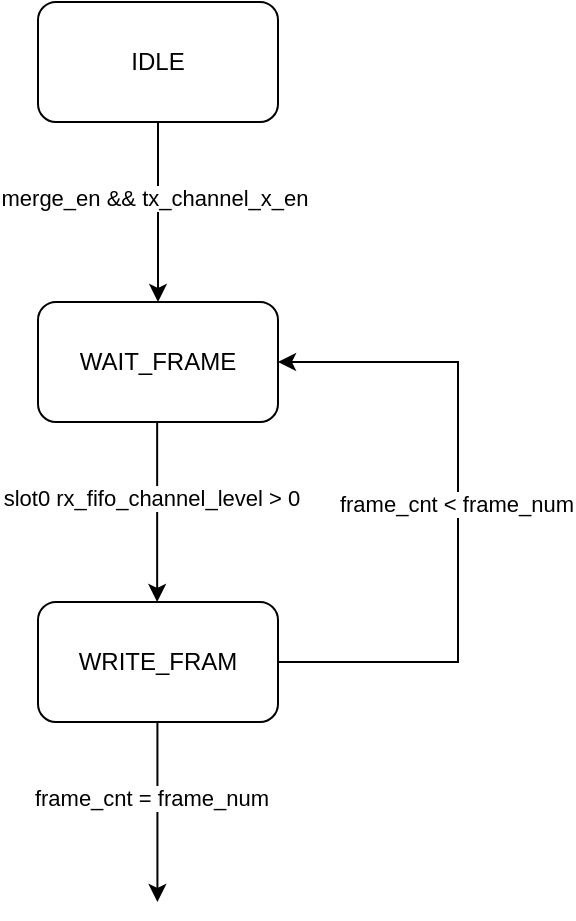
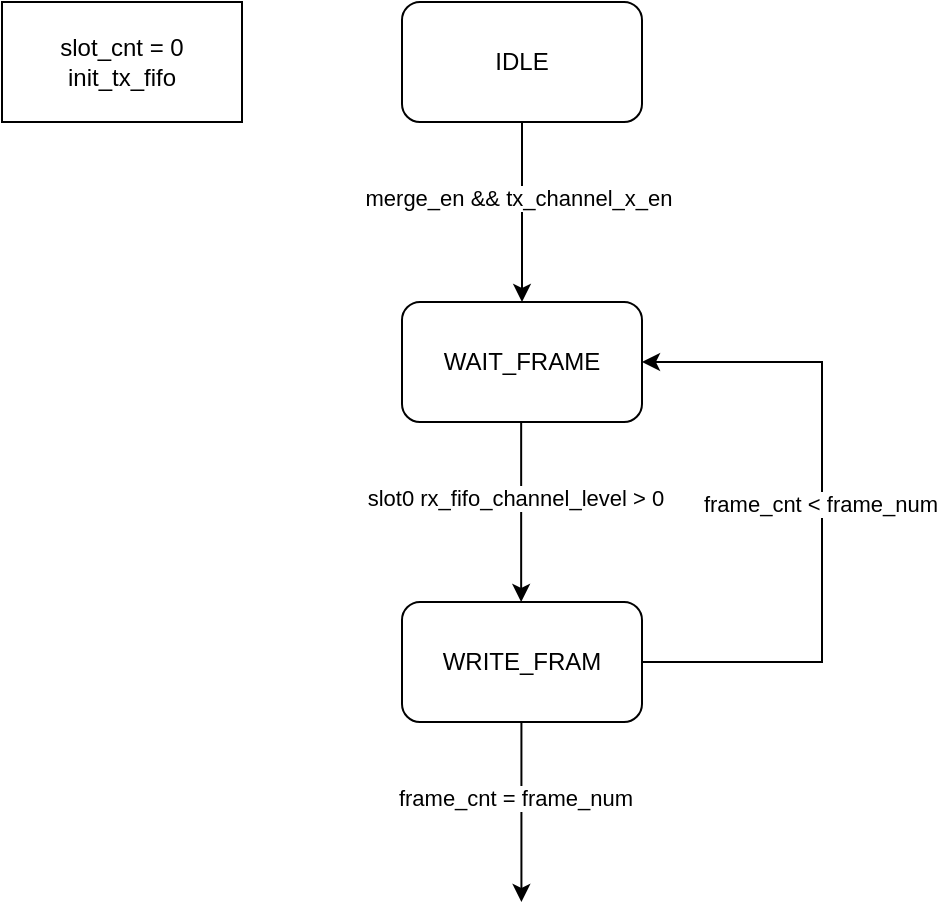
<mxfile host="app.diagrams.net">
  <diagram name="第 1 页" id="XjHAFqP7SQ1ti1ibUdli">
    <mxGraphModel dx="595" dy="336" grid="1" gridSize="10" guides="1" tooltips="1" connect="1" arrows="1" fold="1" page="1" pageScale="1" pageWidth="827" pageHeight="1169" math="0" shadow="0">
      <root>
        <mxCell id="0" />
        <mxCell id="1" parent="0" />
        <mxCell id="F9P4_Q8i71CQrRzi8wBo-1" parent="1" style="rounded=1;whiteSpace=wrap;html=1;" value="IDLE" vertex="1">
          <mxGeometry height="60" width="120" x="330" y="60" as="geometry" />
        </mxCell>
        <mxCell id="F9P4_Q8i71CQrRzi8wBo-2" edge="1" parent="1" source="F9P4_Q8i71CQrRzi8wBo-1" style="endArrow=classic;html=1;rounded=0;exitX=0.5;exitY=1;exitDx=0;exitDy=0;" value="">
          <mxGeometry height="50" relative="1" width="50" as="geometry">
            <mxPoint x="400" y="240" as="sourcePoint" />
            <mxPoint x="390" y="210" as="targetPoint" />
          </mxGeometry>
        </mxCell>
        <mxCell id="F9P4_Q8i71CQrRzi8wBo-3" connectable="0" parent="F9P4_Q8i71CQrRzi8wBo-2" style="edgeLabel;html=1;align=center;verticalAlign=middle;resizable=0;points=[];" value="merge_en &amp;amp;&amp;amp; tx_channel_x_en" vertex="1">
          <mxGeometry relative="1" x="-0.163" y="-2" as="geometry">
            <mxPoint as="offset" />
          </mxGeometry>
        </mxCell>
        <mxCell id="F9P4_Q8i71CQrRzi8wBo-4" parent="1" style="rounded=1;whiteSpace=wrap;html=1;" value="WAIT_FRAME" vertex="1">
          <mxGeometry height="60" width="120" x="330" y="210" as="geometry" />
        </mxCell>
        <mxCell id="F9P4_Q8i71CQrRzi8wBo-5" edge="1" parent="1" style="endArrow=classic;html=1;rounded=0;exitX=0.5;exitY=1;exitDx=0;exitDy=0;" value="">
          <mxGeometry height="50" relative="1" width="50" as="geometry">
            <mxPoint x="389.58" y="270" as="sourcePoint" />
            <mxPoint x="389.58" y="360" as="targetPoint" />
          </mxGeometry>
        </mxCell>
        <mxCell id="F9P4_Q8i71CQrRzi8wBo-6" connectable="0" parent="F9P4_Q8i71CQrRzi8wBo-5" style="edgeLabel;html=1;align=center;verticalAlign=middle;resizable=0;points=[];" value="slot0 rx_fifo_channel_level &amp;gt; 0&amp;nbsp;" vertex="1">
          <mxGeometry relative="1" x="-0.163" y="-2" as="geometry">
            <mxPoint as="offset" />
          </mxGeometry>
        </mxCell>
        <mxCell id="F9P4_Q8i71CQrRzi8wBo-7" parent="1" style="rounded=1;whiteSpace=wrap;html=1;" value="WRITE_FRAM" vertex="1">
          <mxGeometry height="60" width="120" x="330" y="360" as="geometry" />
        </mxCell>
        <mxCell id="F9P4_Q8i71CQrRzi8wBo-8" edge="1" parent="1" source="F9P4_Q8i71CQrRzi8wBo-7" style="endArrow=classic;html=1;rounded=0;exitX=1;exitY=0.5;exitDx=0;exitDy=0;entryX=1;entryY=0.5;entryDx=0;entryDy=0;edgeStyle=orthogonalEdgeStyle;" target="F9P4_Q8i71CQrRzi8wBo-4" value="">
          <mxGeometry height="50" relative="1" width="50" as="geometry">
            <Array as="points">
              <mxPoint x="540" y="390" />
              <mxPoint x="540" y="240" />
            </Array>
            <mxPoint x="490" y="400" as="sourcePoint" />
            <mxPoint x="540" y="350" as="targetPoint" />
          </mxGeometry>
        </mxCell>
        <mxCell id="F9P4_Q8i71CQrRzi8wBo-9" connectable="0" parent="F9P4_Q8i71CQrRzi8wBo-8" style="edgeLabel;html=1;align=center;verticalAlign=middle;resizable=0;points=[];" value="frame_cnt &amp;lt; frame_num" vertex="1">
          <mxGeometry relative="1" x="0.0261" y="1" as="geometry">
            <mxPoint as="offset" />
          </mxGeometry>
        </mxCell>
        <mxCell id="F9P4_Q8i71CQrRzi8wBo-10" edge="1" parent="1" style="endArrow=classic;html=1;rounded=0;exitX=0.5;exitY=1;exitDx=0;exitDy=0;" value="">
          <mxGeometry height="50" relative="1" width="50" as="geometry">
            <mxPoint x="389.71" y="420" as="sourcePoint" />
            <mxPoint x="389.71" y="510" as="targetPoint" />
          </mxGeometry>
        </mxCell>
        <mxCell id="F9P4_Q8i71CQrRzi8wBo-11" connectable="0" parent="F9P4_Q8i71CQrRzi8wBo-10" style="edgeLabel;html=1;align=center;verticalAlign=middle;resizable=0;points=[];" value="frame_cnt = frame_num&amp;nbsp;" vertex="1">
          <mxGeometry relative="1" x="-0.163" y="-2" as="geometry">
            <mxPoint as="offset" />
          </mxGeometry>
        </mxCell>
+         <mxCell id="6jK4qZs0-pzn6i_ATSWB-1" parent="1" style="rounded=0;whiteSpace=wrap;html=1;" value="slot_cnt = 0&lt;div&gt;init_tx_fifo&lt;/div&gt;" vertex="1">
+           <mxGeometry height="60" width="120" x="130" y="60" as="geometry" />
+         </mxCell>
      </root>
    </mxGraphModel>
  </diagram>
</mxfile>
